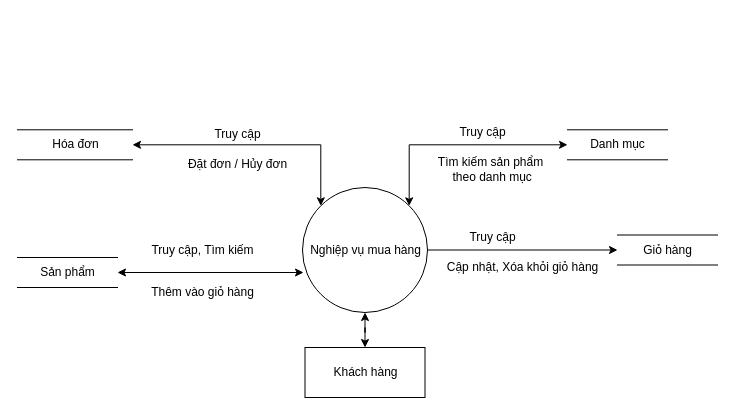
This is Documents/dfd-1-customer.drawio from anhnmt/spring-boot-multikart-management, a draw.io file, before an edit. Source tidied: cells renumbered, new cells numbered last; positions are measured from the earlier drawing's top-left corner, leaving out a move shared by most shapes. Both pictures are drawn from the tidied source at 100%, with x=0, y=0 at pixel (17, 117).
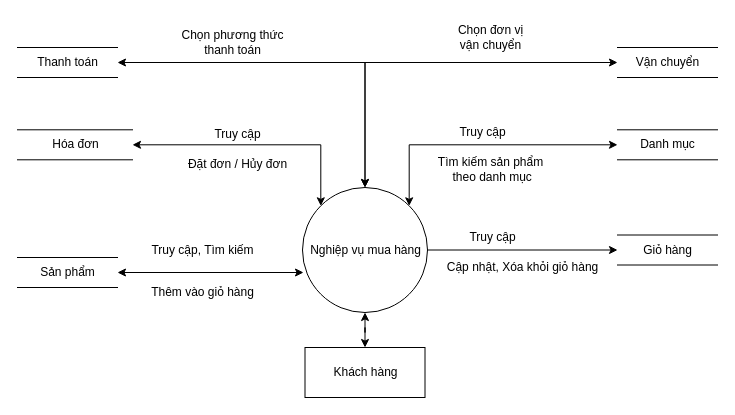
After the change.

Commit message (it also covers changes not shown here):
Hot update DFD customer

Unchanged cells that the change refers to:
```xml
<mxCell id="5" value="Nghiệp vụ mua hàng" style="shape=ellipse;html=1;dashed=0;whitespace=wrap;perimeter=ellipsePerimeter;" parent="1" vertex="1">
  <mxGeometry x="285" y="70" width="125" height="125" as="geometry" />
</mxCell>
```

The edit, as a diff of the source:
```diff
@@
     <mxCell id="18" value="Danh mục" style="html=1;dashed=0;whitespace=wrap;shape=partialRectangle;right=0;left=0;" parent="1" vertex="1">
-      <mxGeometry x="550" y="12.3" width="100" height="30" as="geometry" />
+      <mxGeometry x="600" y="12.3" width="100" height="30" as="geometry" />
     </mxCell>
@@
+    <mxCell id="21" style="edgeStyle=orthogonalEdgeStyle;rounded=0;jettySize=auto;html=1;startArrow=classic;startFill=1;" parent="1" edge="1" source="22" target="5">
+      <mxGeometry relative="1" as="geometry" />
+    </mxCell>
+    <mxCell id="22" value="Thanh toán" style="html=1;dashed=0;whitespace=wrap;shape=partialRectangle;right=0;left=0;" parent="1" vertex="1">
+      <mxGeometry y="-70" width="100" height="30" as="geometry" />
+    </mxCell>
+    <mxCell id="23" value="Chọn phương thức &lt;br&gt;thanh toán" style="text;html=1;align=center;verticalAlign=middle;strokeColor=none;fillColor=none;" parent="1" vertex="1">
+      <mxGeometry x="150" y="-95" width="130" height="40" as="geometry" />
+    </mxCell>
+    <mxCell id="24" style="edgeStyle=orthogonalEdgeStyle;rounded=0;jettySize=auto;html=1;startArrow=classic;startFill=1;" parent="1" edge="1" source="25" target="5">
+      <mxGeometry relative="1" as="geometry" />
+    </mxCell>
+    <mxCell id="25" value="Vận chuyển" style="html=1;dashed=0;whitespace=wrap;shape=partialRectangle;right=0;left=0;" parent="1" vertex="1">
+      <mxGeometry x="600" y="-70" width="100" height="30" as="geometry" />
+    </mxCell>
+    <mxCell id="26" value="Chọn đơn vị&lt;br&gt;vận chuyển" style="text;html=1;align=center;verticalAlign=middle;strokeColor=none;fillColor=none;" parent="1" vertex="1">
+      <mxGeometry x="427.5" y="-100" width="90" height="40" as="geometry" />
+    </mxCell>
```
